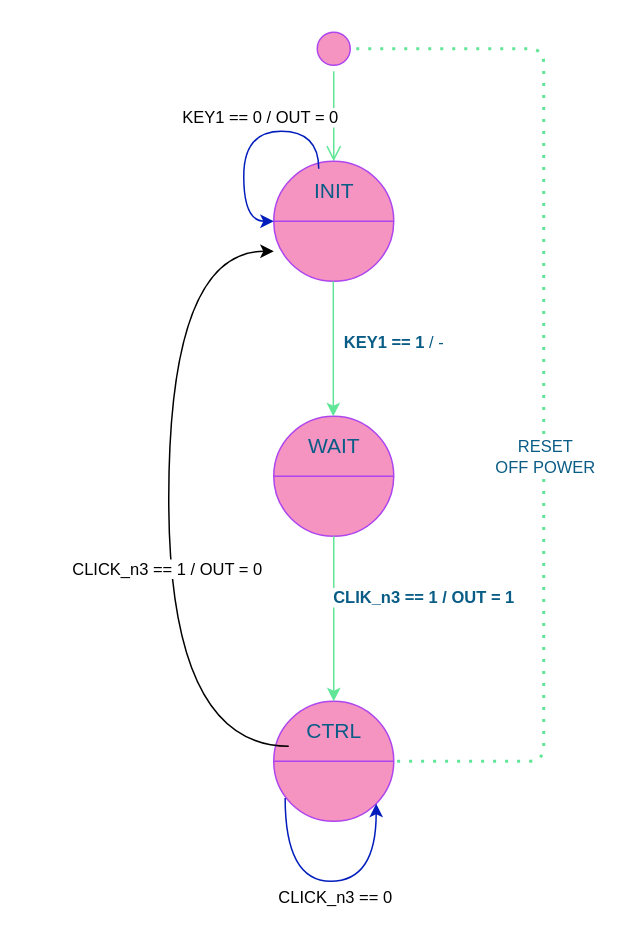
This is page "IR" (12 of 12) of Untitled Diagram.drawio from kosmonavtX/Cosmoiler-2.0, a draw.io file, before an edit. Source tidied: cells renumbered, new cells numbered last; positions are measured from the earlier drawing's top-left corner, leaving out a move shared by most shapes. Both pictures are drawn from the tidied source at 150%, with x=0, y=0 at pixel (168, 26).
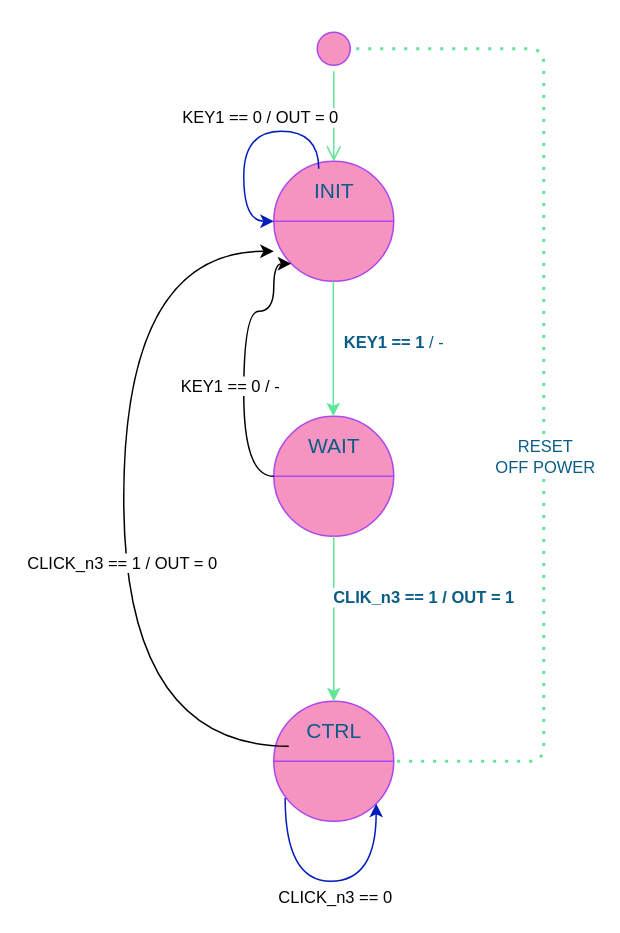
After the change.

Unchanged cells that the change refers to:
```xml
<mxCell id="4" style="group;fontColor=#095C86;" parent="1" vertex="1">
  <mxGeometry x="70" y="450" width="80" height="80" as="geometry" />
</mxCell>
<mxCell id="8" value="&lt;span style=&quot;font-size: 14px;&quot;&gt;CTRL&lt;/span&gt;" style="text;html=1;align=center;verticalAlign=middle;points=[];fillColor=none;strokeColor=none;rounded=0;fontColor=#095C86;" parent="4" vertex="1">
  <mxGeometry x="10" y="5" width="60" height="30" as="geometry" />
</mxCell>
<mxCell id="12" style="shape=lineEllipse;perimeter=ellipsePerimeter;whiteSpace=wrap;html=1;backgroundOutline=1;fillColor=#F694C1;strokeColor=#AF45ED;fontColor=#095C86;" parent="11" vertex="1">
  <mxGeometry width="80" height="80" as="geometry" />
</mxCell>
<mxCell id="17" style="shape=lineEllipse;perimeter=ellipsePerimeter;whiteSpace=wrap;html=1;backgroundOutline=1;fillColor=#F694C1;strokeColor=#AF45ED;fontColor=#095C86;" parent="16" vertex="1">
  <mxGeometry width="80" height="80" as="geometry" />
</mxCell>
```

Diff of the diagram source:
```diff
@@
     <mxCell id="6" style="edgeStyle=orthogonalEdgeStyle;rounded=0;jettySize=auto;html=1;curved=1;" parent="4" edge="1" source="8">
       <mxGeometry relative="1" as="geometry">
         <mxPoint y="-300" as="targetPoint" />
         <Array as="points">
-          <mxPoint x="-70" y="30" />
-          <mxPoint x="-70" y="-300" />
+          <mxPoint x="-100" y="30" />
+          <mxPoint x="-100" y="-300" />
         </Array>
       </mxGeometry>
     </mxCell>
@@
+    <mxCell id="25" style="edgeStyle=orthogonalEdgeStyle;curved=1;rounded=0;jettySize=auto;html=1;fontColor=#000000;exitX=0;exitY=0.5;exitDx=0;exitDy=0;entryX=0;entryY=1;entryDx=0;entryDy=0;" parent="1" edge="1" source="17" target="12">
+      <mxGeometry relative="1" as="geometry">
+        <Array as="points">
+          <mxPoint x="50" y="300" />
+          <mxPoint x="50" y="190" />
+          <mxPoint x="70" y="190" />
+          <mxPoint x="70" y="158" />
+        </Array>
+      </mxGeometry>
+    </mxCell>
+    <mxCell id="26" value="KEY1 == 0 / -" style="edgeLabel;html=1;align=center;verticalAlign=middle;fontColor=#000000;" parent="25" vertex="1">
+      <mxGeometry x="-0.16" y="2" relative="1" as="geometry">
+        <mxPoint x="-8" as="offset" />
+      </mxGeometry>
+    </mxCell>
```
